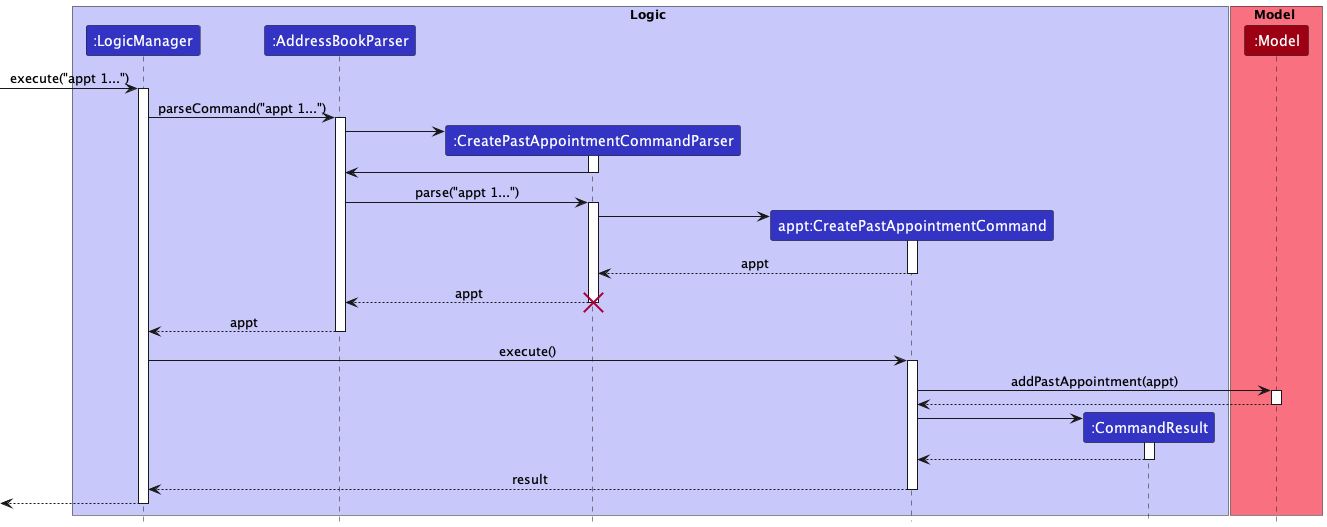
nus-cs2103-AY2223S1/tp keeps this PlantUML diagram as docs/images/PastAppointmentSequenceDiagram.png. Above is the earlier version.
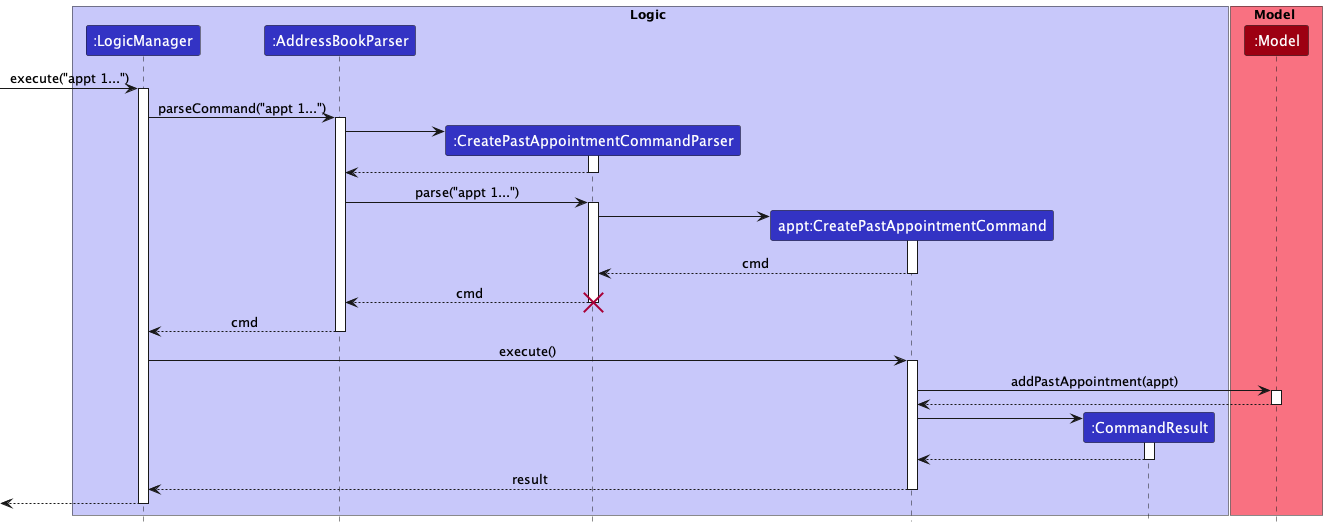
The same diagram one commit later.

Change to the diagram source:
```diff
@@ -23,7 +23,7 @@
 AddressBookParser -> CreatePastAppointmentCommandParser
 activate CreatePastAppointmentCommandParser
 
-CreatePastAppointmentCommandParser -> AddressBookParser
+CreatePastAppointmentCommandParser --> AddressBookParser
 deactivate CreatePastAppointmentCommandParser
 
 AddressBookParser -> CreatePastAppointmentCommandParser : parse("appt 1...")
@@ -35,13 +35,13 @@
 CreatePastAppointmentCommandParser -> CreatePastAppointmentCommand
 activate CreatePastAppointmentCommand
 
-CreatePastAppointmentCommand --> CreatePastAppointmentCommandParser : appt
+CreatePastAppointmentCommand --> CreatePastAppointmentCommandParser : cmd
 deactivate CreatePastAppointmentCommand
 
-CreatePastAppointmentCommandParser --> AddressBookParser : appt
+CreatePastAppointmentCommandParser --> AddressBookParser : cmd
 destroy CreatePastAppointmentCommandParser
 
-AddressBookParser --> LogicManager : appt
+AddressBookParser --> LogicManager : cmd
 deactivate AddressBookParser
 
 LogicManager -> CreatePastAppointmentCommand : execute()
```
